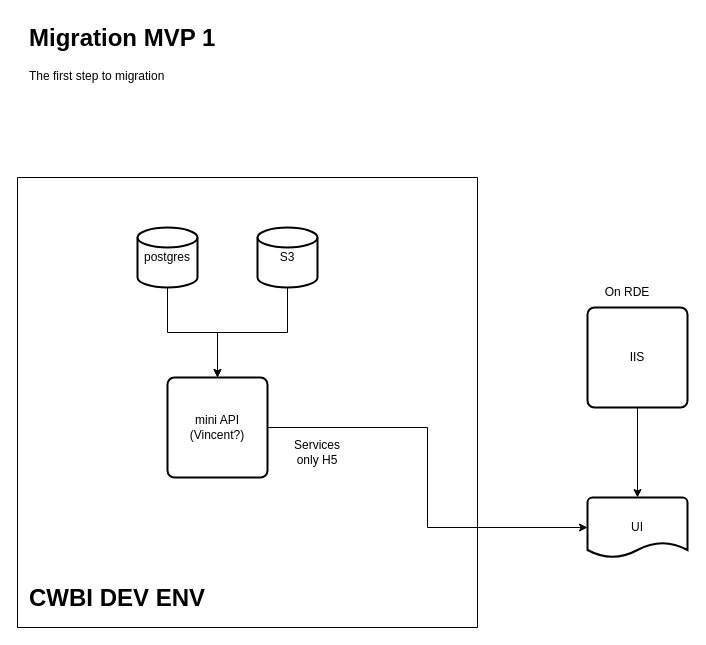
Earlier version of the draw.io diagram CHS-CWBI.drawio (USACE/chart-docs). Source tidied: cells renumbered, new cells numbered last; positions are measured from the earlier drawing's top-left corner, leaving out a move shared by most shapes. Both pictures are drawn from the tidied source at 100%, with x=0, y=0 at pixel (17, 17).
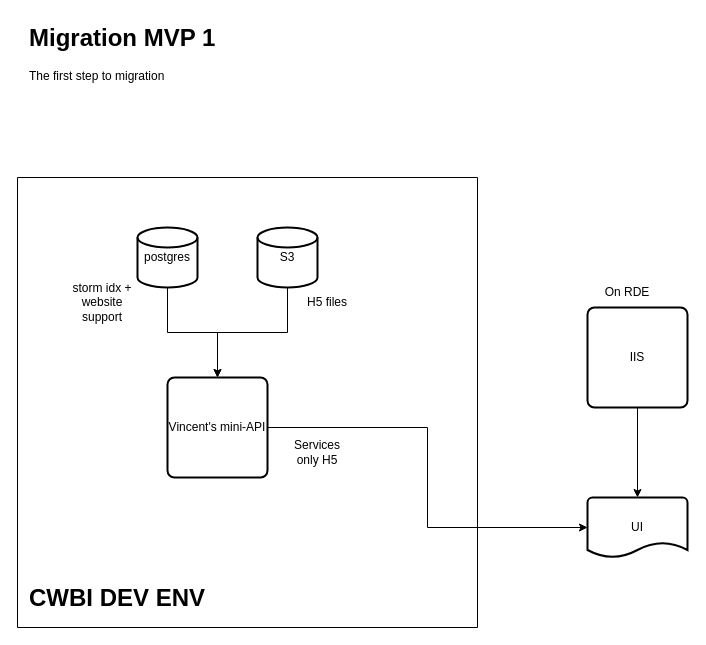
Above is the later version.

What changed in the source:
```diff
@@
 <mxGraphModel>
   <root>
     <mxCell id="0" />
     <mxCell id="1" parent="0" />
     <mxCell id="2" style="swimlane;startSize=0;" parent="1" vertex="1">
       <mxGeometry y="160" width="460" height="450" as="geometry" />
     </mxCell>
-    <mxCell id="3" value="mini API (Vincent?)" style="rounded=1;whiteSpace=wrap;html=1;absoluteArcSize=1;arcSize=14;strokeWidth=2;" parent="2" vertex="1">
+    <mxCell id="3" value="Vincent's mini-API" style="rounded=1;whiteSpace=wrap;html=1;absoluteArcSize=1;arcSize=14;strokeWidth=2;" parent="2" vertex="1">
       <mxGeometry x="150" y="200" width="100" height="100" as="geometry" />
     </mxCell>
     <mxCell id="4" style="edgeStyle=orthogonalEdgeStyle;rounded=0;jettySize=auto;html=1;" parent="2" edge="1" source="5" target="3">
       <mxGeometry relative="1" as="geometry" />
     </mxCell>
     <mxCell id="5" value="postgres" style="strokeWidth=2;html=1;shape=mxgraph.flowchart.database;whiteSpace=wrap;" parent="2" vertex="1">
       <mxGeometry x="120" y="50" width="60" height="60" as="geometry" />
     </mxCell>
     <mxCell id="6" style="edgeStyle=orthogonalEdgeStyle;rounded=0;jettySize=auto;html=1;" parent="2" edge="1" source="7" target="3">
       <mxGeometry relative="1" as="geometry" />
     </mxCell>
     <mxCell id="7" value="S3" style="strokeWidth=2;html=1;shape=mxgraph.flowchart.database;whiteSpace=wrap;" parent="2" vertex="1">
       <mxGeometry x="240" y="50" width="60" height="60" as="geometry" />
     </mxCell>
     <mxCell id="8" value="&lt;h1 style=&quot;margin-top: 0px;&quot;&gt;CWBI DEV ENV&lt;/h1&gt;&lt;p&gt;&lt;br&gt;&lt;/p&gt;" style="text;html=1;whiteSpace=wrap;overflow=hidden;rounded=0;" parent="2" vertex="1">
       <mxGeometry x="10" y="400" width="180" height="40" as="geometry" />
     </mxCell>
     <mxCell id="9" value="Services only H5" style="text;html=1;align=center;verticalAlign=middle;whiteSpace=wrap;rounded=0;" parent="2" vertex="1">
       <mxGeometry x="270" y="260" width="60" height="30" as="geometry" />
     </mxCell>
+    <mxCell id="16" value="storm idx + website support" style="text;html=1;align=center;verticalAlign=middle;whiteSpace=wrap;rounded=0;" parent="2" vertex="1">
+      <mxGeometry x="50" y="100" width="70" height="50" as="geometry" />
+    </mxCell>
+    <mxCell id="17" value="H5 files" style="text;html=1;align=center;verticalAlign=middle;whiteSpace=wrap;rounded=0;" parent="2" vertex="1">
+      <mxGeometry x="275" y="100" width="70" height="50" as="geometry" />
+    </mxCell>
     <mxCell id="10" style="edgeStyle=orthogonalEdgeStyle;rounded=0;jettySize=auto;html=1;" parent="1" edge="1" source="11" target="12">
       <mxGeometry relative="1" as="geometry" />
     </mxCell>
     <mxCell id="11" value="IIS" style="rounded=1;whiteSpace=wrap;html=1;absoluteArcSize=1;arcSize=14;strokeWidth=2;" parent="1" vertex="1">
       <mxGeometry x="570" y="290" width="100" height="100" as="geometry" />
     </mxCell>
     <mxCell id="12" value="UI" style="strokeWidth=2;html=1;shape=mxgraph.flowchart.document2;whiteSpace=wrap;size=0.25;" parent="1" vertex="1">
       <mxGeometry x="570" y="480" width="100" height="60" as="geometry" />
     </mxCell>
     <mxCell id="13" style="edgeStyle=orthogonalEdgeStyle;rounded=0;jettySize=auto;html=1;entryX=0;entryY=0.5;entryDx=0;entryDy=0;entryPerimeter=0;" parent="1" edge="1" source="3" target="12">
       <mxGeometry relative="1" as="geometry" />
     </mxCell>
     <mxCell id="14" value="On RDE" style="text;html=1;align=center;verticalAlign=middle;whiteSpace=wrap;rounded=0;" parent="1" vertex="1">
       <mxGeometry x="580" y="260" width="60" height="30" as="geometry" />
     </mxCell>
     <mxCell id="15" value="&lt;h1 style=&quot;margin-top: 0px;&quot;&gt;Migration MVP 1&lt;/h1&gt;&lt;p&gt;The first step to migration&lt;/p&gt;" style="text;html=1;whiteSpace=wrap;overflow=hidden;rounded=0;" parent="1" vertex="1">
       <mxGeometry x="10" width="210" height="120" as="geometry" />
     </mxCell>
   </root>
 </mxGraphModel>
```
